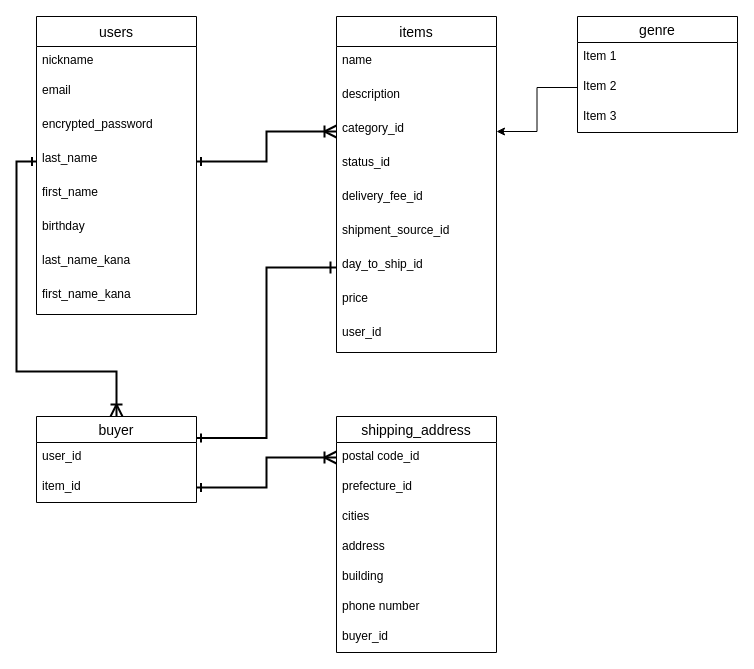
attakrui725/furima-32080 keeps this draw.io diagram as test.dio. Above is the earlier version. Source tidied: cells renumbered, new cells numbered last; positions are measured from the earlier drawing's top-left corner, leaving out a move shared by most shapes. Both pictures are drawn from the tidied source at 100%, with x=0, y=0 at pixel (16, 16).
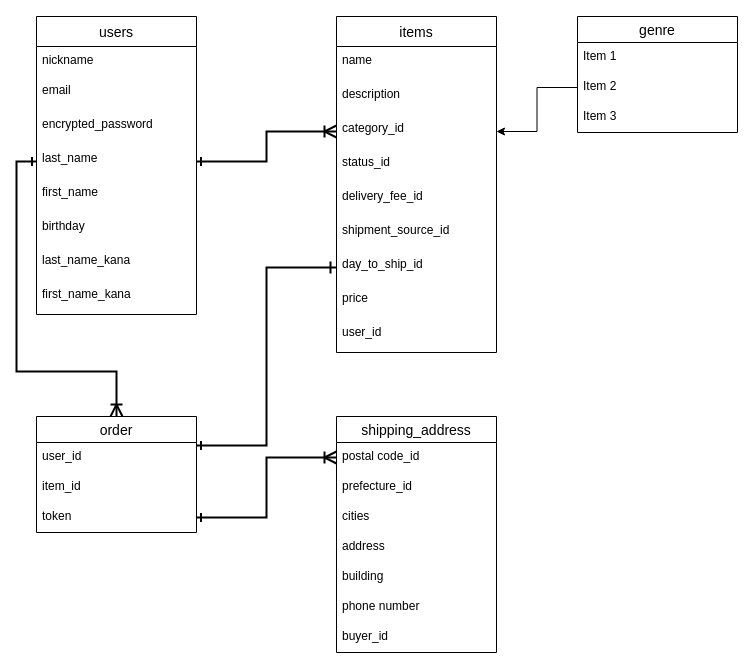
After the change.

Change to the diagram source:
```diff
@@
-    <mxCell id="23" value="buyer" style="swimlane;fontStyle=0;horizontal=1;startSize=26;align=center;fontSize=14;" parent="1" vertex="1">
-      <mxGeometry x="20" y="400" width="160" height="86" as="geometry" />
+    <mxCell id="23" value="order" style="swimlane;fontStyle=0;horizontal=1;startSize=26;align=center;fontSize=14;" parent="1" vertex="1">
+      <mxGeometry x="20" y="400" width="160" height="116" as="geometry" />
     </mxCell>
@@
+    <mxCell id="41" value="item_id" style="text;strokeColor=none;fillColor=none;spacingLeft=4;spacingRight=4;overflow=hidden;fontSize=12;" parent="23" vertex="1">
+      <mxGeometry y="56" width="160" height="30" as="geometry" />
+    </mxCell>
-    <mxCell id="25" value="item_id" style="text;strokeColor=none;fillColor=none;spacingLeft=4;spacingRight=4;overflow=hidden;points=[[0,0.5],[1,0.5]];portConstraint=eastwest;fontSize=12;" parent="23" vertex="1">
-      <mxGeometry y="56" width="160" height="30" as="geometry" />
+    <mxCell id="25" value="token&#10;" style="text;strokeColor=none;fillColor=none;spacingLeft=4;spacingRight=4;overflow=hidden;points=[[0,0.5],[1,0.5]];portConstraint=eastwest;fontSize=12;" parent="23" vertex="1">
+      <mxGeometry y="86" width="160" height="30" as="geometry" />
     </mxCell>
```
